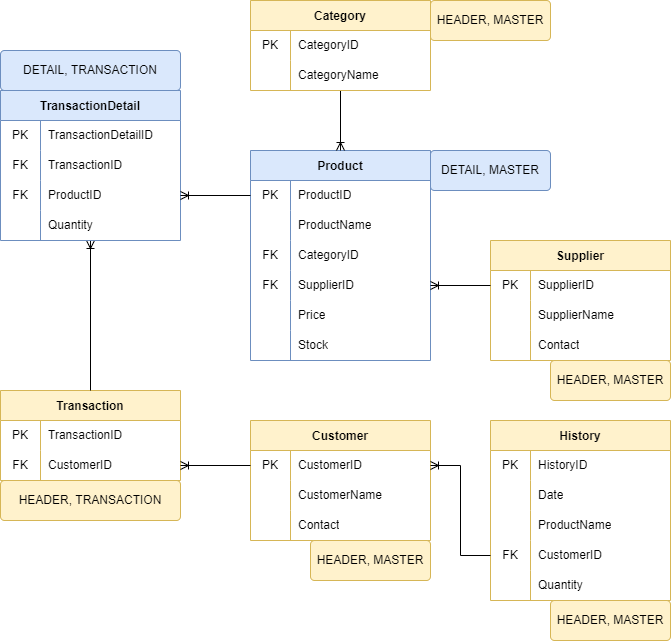
The draw.io diagram image/TokoKelontong.drawio.png in RakaAPratama/TokoKelontong, before a commit. Source tidied: cells renumbered, new cells last; positions are measured from the earlier drawing's top-left corner, leaving out a move shared by most shapes.
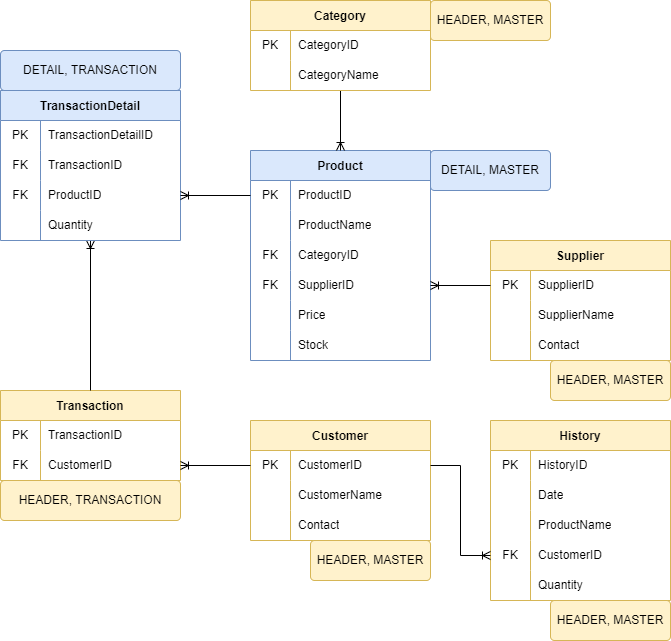
The same file after the commit.

Change to the diagram source:
```diff
@@ -263,7 +263,7 @@
     <mxCell id="88" style="edgeStyle=orthogonalEdgeStyle;rounded=0;jettySize=auto;html=1;entryX=1;entryY=0.5;entryDx=0;entryDy=0;startArrow=none;startFill=0;endArrow=ERoneToMany;endFill=0;" parent="1" edge="1" source="37" target="33">
       <mxGeometry relative="1" as="geometry" />
     </mxCell>
-    <mxCell id="89" style="edgeStyle=orthogonalEdgeStyle;rounded=0;jettySize=auto;html=1;entryX=1;entryY=0.5;entryDx=0;entryDy=0;endArrow=ERoneToMany;endFill=0;" parent="1" edge="1" source="80" target="37">
+    <mxCell id="89" style="edgeStyle=orthogonalEdgeStyle;rounded=0;jettySize=auto;html=1;entryX=1;entryY=0.5;entryDx=0;entryDy=0;endArrow=none;endFill=0;startArrow=ERoneToMany;startFill=0;" parent="1" edge="1" source="80" target="37">
       <mxGeometry relative="1" as="geometry" />
     </mxCell>
     <mxCell id="90" value="HEADER, MASTER" style="rounded=1;arcSize=10;whiteSpace=wrap;html=1;align=center;fillColor=#fff2cc;strokeColor=#d6b656;" parent="1" vertex="1">
```
